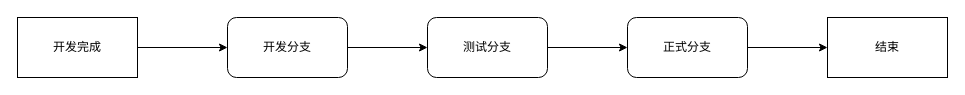
The draw.io diagram branch/single-module.drawio in cherubic/drawio, before the edit. Source tidied: cells renumbered, new cells numbered last; positions are measured from the earlier drawing's top-left corner, leaving out a move shared by most shapes. Both pictures are drawn from the tidied source at 100%, with x=0, y=0 at pixel (17, 17).
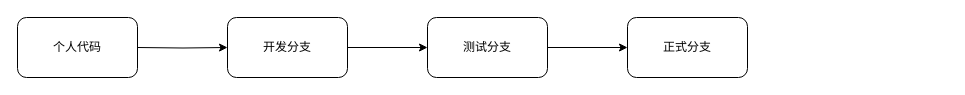
The same diagram, later.

What changed in the source:
```diff
@@
 <mxGraphModel>
   <root>
     <mxCell id="0" />
     <mxCell id="1" parent="0" />
-    <mxCell id="2" style="edgeStyle=orthogonalEdgeStyle;rounded=0;jettySize=auto;html=1;" parent="1" edge="1" source="3" target="5">
-      <mxGeometry relative="1" as="geometry" />
+    <mxCell id="2" style="edgeStyle=orthogonalEdgeStyle;rounded=0;jettySize=auto;html=1;" parent="1" edge="1" target="5">
+      <mxGeometry relative="1" as="geometry">
+        <mxPoint x="120" y="30" as="sourcePoint" />
+      </mxGeometry>
     </mxCell>
-    <mxCell id="3" value="开发完成" style="rounded=0;whiteSpace=wrap;html=1;" parent="1" vertex="1">
-      <mxGeometry width="120" height="60" as="geometry" />
-    </mxCell>
     <mxCell id="4" style="edgeStyle=orthogonalEdgeStyle;rounded=0;jettySize=auto;html=1;" parent="1" edge="1" source="5" target="7">
       <mxGeometry relative="1" as="geometry" />
     </mxCell>
     <mxCell id="5" value="开发分支" style="rounded=1;whiteSpace=wrap;html=1;" parent="1" vertex="1">
       <mxGeometry x="210" width="120" height="60" as="geometry" />
     </mxCell>
     <mxCell id="6" style="edgeStyle=orthogonalEdgeStyle;rounded=0;jettySize=auto;html=1;" parent="1" edge="1" source="7" target="9">
       <mxGeometry relative="1" as="geometry" />
     </mxCell>
     <mxCell id="7" value="测试分支" style="whiteSpace=wrap;html=1;rounded=1;" parent="1" vertex="1">
       <mxGeometry x="410" width="120" height="60" as="geometry" />
     </mxCell>
-    <mxCell id="8" style="edgeStyle=orthogonalEdgeStyle;rounded=0;jettySize=auto;html=1;" parent="1" edge="1" source="9" target="10">
-      <mxGeometry relative="1" as="geometry" />
-    </mxCell>
     <mxCell id="9" value="正式分支" style="whiteSpace=wrap;html=1;rounded=1;" parent="1" vertex="1">
       <mxGeometry x="610" width="120" height="60" as="geometry" />
     </mxCell>
-    <mxCell id="10" value="结束" style="rounded=0;whiteSpace=wrap;html=1;" parent="1" vertex="1">
-      <mxGeometry x="810" width="120" height="60" as="geometry" />
-    </mxCell>
+    <mxCell id="11" value="个人代码" style="rounded=1;whiteSpace=wrap;html=1;" parent="1" vertex="1">
+      <mxGeometry width="120" height="60" as="geometry" />
+    </mxCell>
   </root>
 </mxGraphModel>
```
